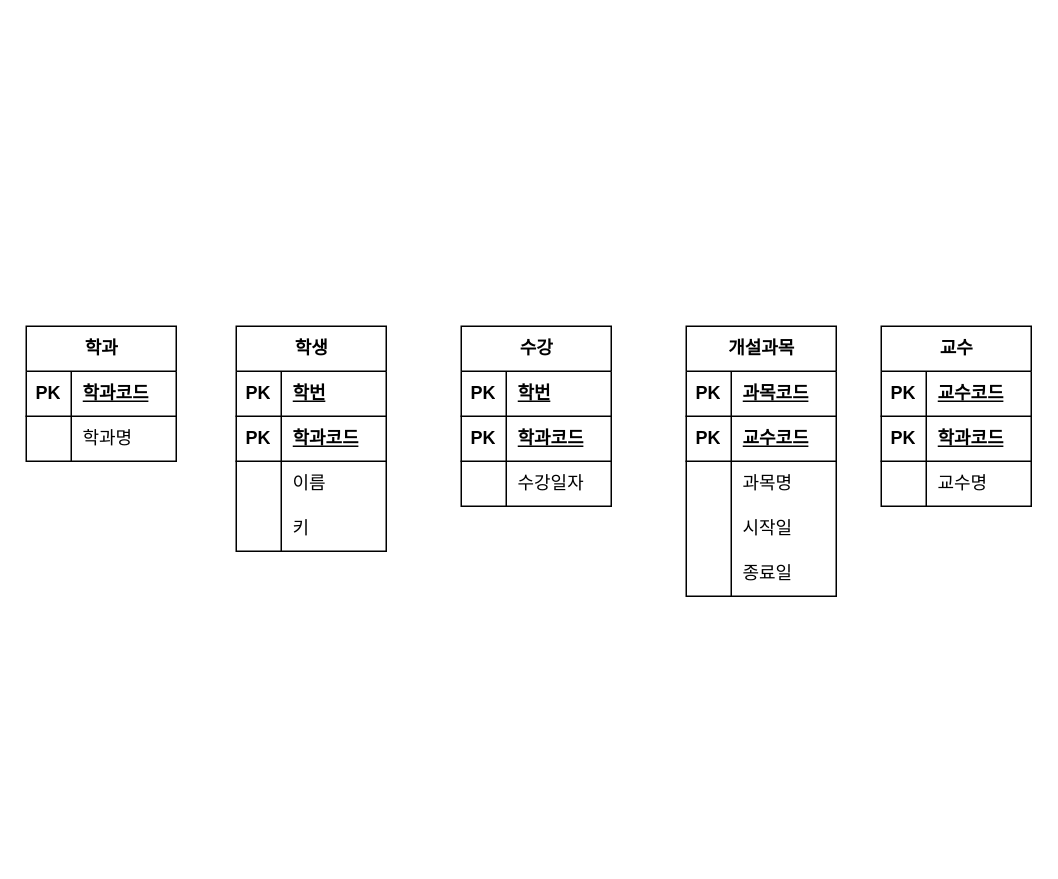
Before: page "학사관리2" (2 of 2) of erd/haksa.drawio in jinisook/database, a draw.io diagram. Source tidied: cells renumbered, new cells numbered last; positions are measured from the earlier drawing's top-left corner, leaving out a move shared by most shapes. Both pictures are drawn from the tidied source at 150%, with x=0, y=0 at pixel (26, 326).
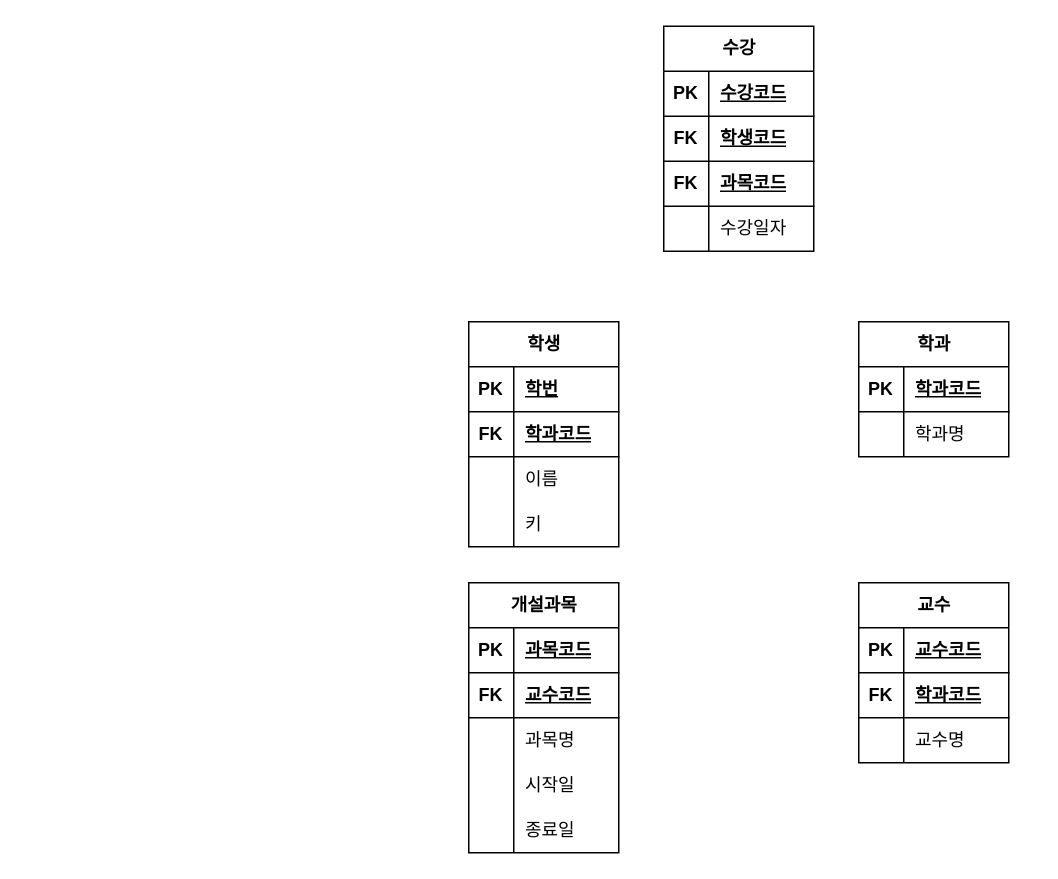
After the change.

Unchanged cells that the change refers to:
```xml
<mxCell id="6" style="shape=tableRow;horizontal=0;startSize=0;swimlaneHead=0;swimlaneBody=0;fillColor=none;top=0;left=0;right=0;bottom=1;" parent="2" vertex="1">
  <mxGeometry y="60" width="100" height="30" as="geometry" />
</mxCell>
<mxCell id="26" style="shape=tableRow;horizontal=0;startSize=0;swimlaneHead=0;swimlaneBody=0;fillColor=none;top=0;left=0;right=0;bottom=1;" parent="22" vertex="1">
  <mxGeometry y="60" width="100" height="30" as="geometry" />
</mxCell>
<mxCell id="42" style="shape=tableRow;horizontal=0;startSize=0;swimlaneHead=0;swimlaneBody=0;fillColor=none;top=0;left=0;right=0;bottom=1;" parent="38" vertex="1">
  <mxGeometry y="60" width="100" height="30" as="geometry" />
</mxCell>
<mxCell id="49" style="shape=tableRow;horizontal=0;startSize=0;swimlaneHead=0;swimlaneBody=0;fillColor=none;top=0;left=0;right=0;bottom=1;" parent="48" vertex="1">
  <mxGeometry y="30" width="100" height="30" as="geometry" />
</mxCell>
<mxCell id="52" style="shape=tableRow;horizontal=0;startSize=0;swimlaneHead=0;swimlaneBody=0;fillColor=none;top=0;left=0;right=0;bottom=1;" parent="48" vertex="1">
  <mxGeometry y="60" width="100" height="30" as="geometry" />
</mxCell>
```

What changed in the source:
```diff
@@
     <mxCell id="2" value="학생" style="shape=table;startSize=30;childLayout=tableLayout;rowLines=0;fontStyle=1;align=center;html=1;" parent="1" vertex="1">
-      <mxGeometry x="140" width="100" height="150" as="geometry" />
+      <mxGeometry x="295" y="-3" width="100" height="150" as="geometry" />
     </mxCell>
@@
-    <mxCell id="7" value="PK" style="shape=partialRectangle;fillColor=none;top=0;left=0;bottom=0;right=0;fontStyle=1;overflow=hidden;whiteSpace=wrap;html=1;" parent="6" vertex="1">
+    <mxCell id="7" value="FK" style="shape=partialRectangle;fillColor=none;top=0;left=0;bottom=0;right=0;fontStyle=1;overflow=hidden;whiteSpace=wrap;html=1;" parent="6" vertex="1">
       <mxGeometry width="30" height="30" as="geometry" />
     </mxCell>
@@
     <mxCell id="15" value="학과" style="shape=table;startSize=30;childLayout=tableLayout;rowLines=0;fontStyle=1;align=center;html=1;" parent="1" vertex="1">
-      <mxGeometry width="100" height="90" as="geometry" />
+      <mxGeometry x="555" y="-3" width="100" height="90" as="geometry" />
     </mxCell>
@@
     <mxCell id="22" value="개설과목" style="shape=table;startSize=30;childLayout=tableLayout;rowLines=0;fontStyle=1;align=center;html=1;" parent="1" vertex="1">
-      <mxGeometry x="440" width="100" height="180" as="geometry" />
+      <mxGeometry x="295" y="171" width="100" height="180" as="geometry" />
     </mxCell>
@@
-    <mxCell id="27" value="PK" style="shape=partialRectangle;fillColor=none;top=0;left=0;bottom=0;right=0;fontStyle=1;overflow=hidden;whiteSpace=wrap;html=1;" parent="26" vertex="1">
+    <mxCell id="27" value="FK" style="shape=partialRectangle;fillColor=none;top=0;left=0;bottom=0;right=0;fontStyle=1;overflow=hidden;whiteSpace=wrap;html=1;" parent="26" vertex="1">
       <mxGeometry width="30" height="30" as="geometry" />
     </mxCell>
@@
     <mxCell id="38" value="교수" style="shape=table;startSize=30;childLayout=tableLayout;rowLines=0;fontStyle=1;align=center;html=1;" parent="1" vertex="1">
-      <mxGeometry x="570" width="100" height="120" as="geometry" />
+      <mxGeometry x="555" y="171" width="100" height="120" as="geometry" />
     </mxCell>
@@
-    <mxCell id="43" value="PK" style="shape=partialRectangle;fillColor=none;top=0;left=0;bottom=0;right=0;fontStyle=1;overflow=hidden;whiteSpace=wrap;html=1;" parent="42" vertex="1">
+    <mxCell id="43" value="FK" style="shape=partialRectangle;fillColor=none;top=0;left=0;bottom=0;right=0;fontStyle=1;overflow=hidden;whiteSpace=wrap;html=1;" parent="42" vertex="1">
       <mxGeometry width="30" height="30" as="geometry" />
     </mxCell>
@@
     <mxCell id="48" value="수강" style="shape=table;startSize=30;childLayout=tableLayout;rowLines=0;fontStyle=1;align=center;html=1;" parent="1" vertex="1">
-      <mxGeometry x="290" width="100" height="120" as="geometry" />
+      <mxGeometry x="425" y="-200" width="100" height="150" as="geometry" />
     </mxCell>
@@
-    <mxCell id="51" value="학번" style="shape=partialRectangle;fillColor=none;top=0;left=0;bottom=0;right=0;align=left;spacingLeft=6;fontStyle=5;overflow=hidden;whiteSpace=wrap;html=1;" parent="49" vertex="1">
+    <mxCell id="51" value="수강코드" style="shape=partialRectangle;fillColor=none;top=0;left=0;bottom=0;right=0;align=left;spacingLeft=6;fontStyle=5;overflow=hidden;whiteSpace=wrap;html=1;" parent="49" vertex="1">
       <mxGeometry x="30" width="70" height="30" as="geometry" />
     </mxCell>
@@
-    <mxCell id="53" value="PK" style="shape=partialRectangle;fillColor=none;top=0;left=0;bottom=0;right=0;fontStyle=1;overflow=hidden;whiteSpace=wrap;html=1;" parent="52" vertex="1">
+    <mxCell id="53" value="FK" style="shape=partialRectangle;fillColor=none;top=0;left=0;bottom=0;right=0;fontStyle=1;overflow=hidden;whiteSpace=wrap;html=1;" parent="52" vertex="1">
       <mxGeometry width="30" height="30" as="geometry" />
     </mxCell>
-    <mxCell id="54" value="학과코드" style="shape=partialRectangle;fillColor=none;top=0;left=0;bottom=0;right=0;align=left;spacingLeft=6;fontStyle=5;overflow=hidden;whiteSpace=wrap;html=1;" parent="52" vertex="1">
+    <mxCell id="54" value="학생코드" style="shape=partialRectangle;fillColor=none;top=0;left=0;bottom=0;right=0;align=left;spacingLeft=6;fontStyle=5;overflow=hidden;whiteSpace=wrap;html=1;" parent="52" vertex="1">
       <mxGeometry x="30" width="70" height="30" as="geometry" />
     </mxCell>
+    <mxCell id="58" style="shape=tableRow;horizontal=0;startSize=0;swimlaneHead=0;swimlaneBody=0;fillColor=none;top=0;left=0;right=0;bottom=1;" parent="48" vertex="1">
+      <mxGeometry y="90" width="100" height="30" as="geometry" />
+    </mxCell>
+    <mxCell id="59" value="FK" style="shape=partialRectangle;fillColor=none;top=0;left=0;bottom=0;right=0;fontStyle=1;overflow=hidden;whiteSpace=wrap;html=1;" parent="58" vertex="1">
+      <mxGeometry width="30" height="30" as="geometry" />
+    </mxCell>
+    <mxCell id="60" value="과목코드" style="shape=partialRectangle;fillColor=none;top=0;left=0;bottom=0;right=0;align=left;spacingLeft=6;fontStyle=5;overflow=hidden;whiteSpace=wrap;html=1;" parent="58" vertex="1">
+      <mxGeometry x="30" width="70" height="30" as="geometry" />
+    </mxCell>
     <mxCell id="55" style="shape=tableRow;horizontal=0;startSize=0;swimlaneHead=0;swimlaneBody=0;fillColor=none;top=0;left=0;right=0;bottom=0;" parent="48" vertex="1">
-      <mxGeometry y="90" width="100" height="30" as="geometry" />
+      <mxGeometry y="120" width="100" height="30" as="geometry" />
     </mxCell>
```
